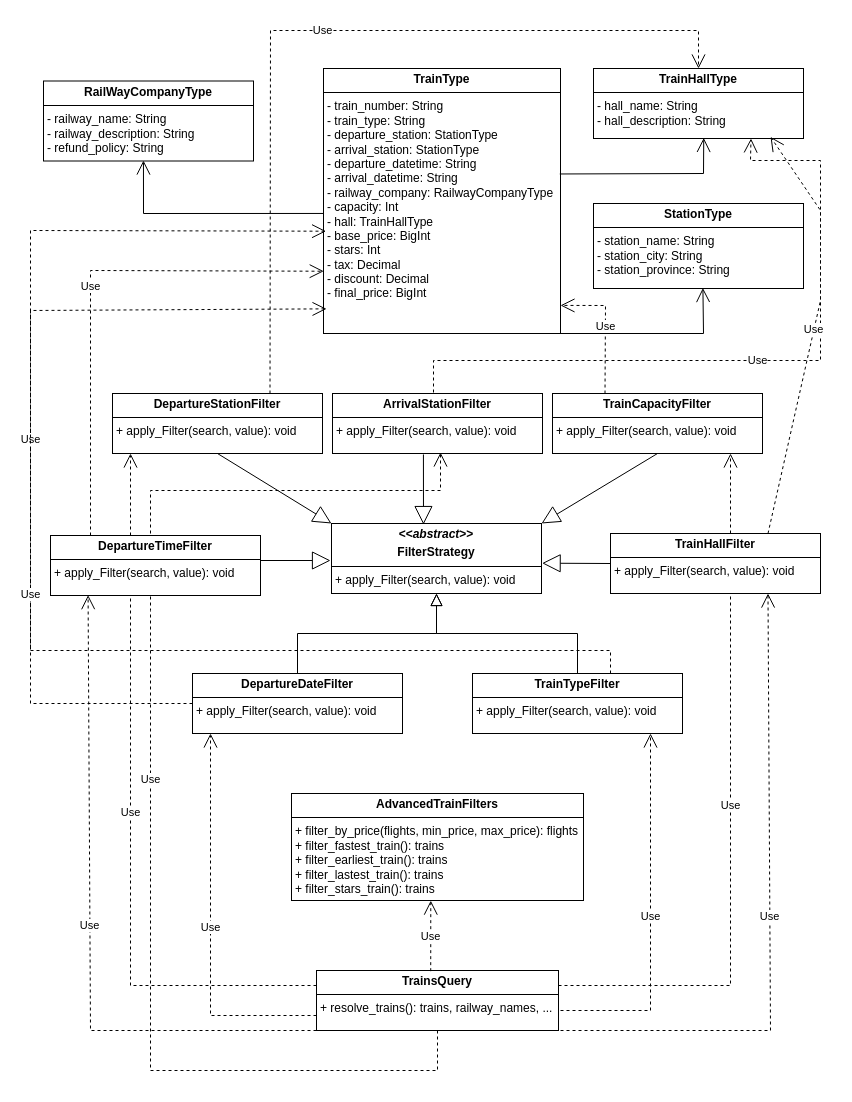
This is Class-Diagram/TrainsFilter-Class-Diagram.drawio from Travel-Booking-Framework/TrainsFilter, a draw.io file, before an edit. Source tidied: cells renumbered, new cells numbered last; positions are measured from the earlier drawing's top-left corner, leaving out a move shared by most shapes. Both pictures are drawn from the tidied source at 100%, with x=0, y=0 at pixel (30, 30).
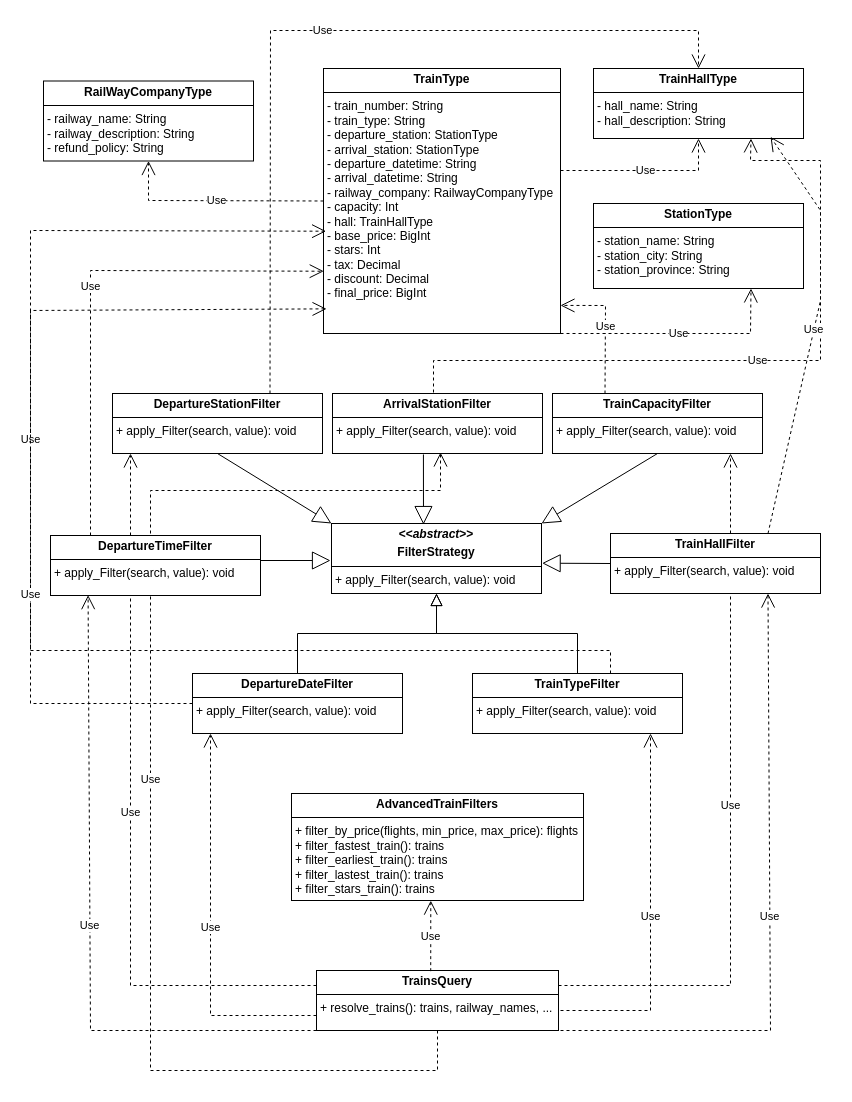
Above is the later version.

Commit message (it also covers changes not shown here):
Modify Class Diagram

Unchanged cells that the change refers to:
```xml
<mxCell id="2" value="&lt;p style=&quot;margin:0px;margin-top:4px;text-align:center;&quot;&gt;&lt;b&gt;RailWayCompanyType&lt;/b&gt;&lt;/p&gt;&lt;hr size=&quot;1&quot; style=&quot;border-style:solid;&quot;&gt;&lt;p style=&quot;margin: 0px 0px 0px 4px;&quot;&gt;- railway_name: String&lt;/p&gt;&lt;p style=&quot;margin: 0px 0px 0px 4px;&quot;&gt;- railway_description: String&lt;br&gt;&lt;/p&gt;&lt;p style=&quot;margin: 0px 0px 0px 4px;&quot;&gt;- refund_policy:&amp;nbsp;&lt;span style=&quot;background-color: initial;&quot;&gt;String&lt;/span&gt;&lt;/p&gt;" style="verticalAlign=top;align=left;overflow=fill;html=1;whiteSpace=wrap;" parent="1" vertex="1">
  <mxGeometry x="13" y="50.5" width="210" height="80" as="geometry" />
</mxCell>
<mxCell id="3" value="&lt;p style=&quot;margin:0px;margin-top:4px;text-align:center;&quot;&gt;&lt;b&gt;TrainHallType&lt;/b&gt;&lt;/p&gt;&lt;hr size=&quot;1&quot; style=&quot;border-style:solid;&quot;&gt;&lt;p style=&quot;margin: 0px 0px 0px 4px;&quot;&gt;- hall_name: String&lt;/p&gt;&lt;p style=&quot;margin: 0px 0px 0px 4px;&quot;&gt;- hall_description:&amp;nbsp;&lt;span style=&quot;background-color: initial;&quot;&gt;String&lt;/span&gt;&lt;/p&gt;" style="verticalAlign=top;align=left;overflow=fill;html=1;whiteSpace=wrap;" parent="1" vertex="1">
  <mxGeometry x="563" y="38" width="210" height="70" as="geometry" />
</mxCell>
<mxCell id="4" value="&lt;p style=&quot;margin:0px;margin-top:4px;text-align:center;&quot;&gt;&lt;b&gt;StationType&lt;/b&gt;&lt;/p&gt;&lt;hr size=&quot;1&quot; style=&quot;border-style:solid;&quot;&gt;&lt;p style=&quot;margin: 0px 0px 0px 4px;&quot;&gt;- station_&lt;span style=&quot;background-color: initial;&quot;&gt;name: String&lt;/span&gt;&lt;/p&gt;&lt;p style=&quot;margin: 0px 0px 0px 4px;&quot;&gt;&lt;span style=&quot;background-color: initial;&quot;&gt;-&amp;nbsp;&lt;/span&gt;station_&lt;span style=&quot;background-color: initial;&quot;&gt;city:&amp;nbsp;&lt;/span&gt;&lt;span style=&quot;background-color: initial;&quot;&gt;String&lt;/span&gt;&lt;/p&gt;&lt;p style=&quot;margin: 0px 0px 0px 4px;&quot;&gt;&lt;span style=&quot;background-color: initial;&quot;&gt;-&amp;nbsp;&lt;/span&gt;station_&lt;span style=&quot;background-color: initial;&quot;&gt;province: String&lt;/span&gt;&lt;/p&gt;" style="verticalAlign=top;align=left;overflow=fill;html=1;whiteSpace=wrap;" parent="1" vertex="1">
  <mxGeometry x="563" y="173" width="210" height="85" as="geometry" />
</mxCell>
<mxCell id="5" value="&lt;p style=&quot;margin:0px;margin-top:4px;text-align:center;&quot;&gt;&lt;b&gt;TrainType&lt;/b&gt;&lt;/p&gt;&lt;hr size=&quot;1&quot; style=&quot;border-style:solid;&quot;&gt;&lt;p style=&quot;margin: 0px 0px 0px 4px;&quot;&gt;- train_number:&amp;nbsp;&lt;span style=&quot;background-color: initial;&quot;&gt;String&lt;/span&gt;&lt;/p&gt;&lt;p style=&quot;margin: 0px 0px 0px 4px;&quot;&gt;- train_type:&amp;nbsp;&lt;span style=&quot;background-color: initial;&quot;&gt;String&lt;/span&gt;&lt;/p&gt;&lt;p style=&quot;margin: 0px 0px 0px 4px;&quot;&gt;- departure_station: StationType&lt;/p&gt;&lt;p style=&quot;margin: 0px 0px 0px 4px;&quot;&gt;- arrival_station: StationType&lt;/p&gt;&lt;p style=&quot;margin: 0px 0px 0px 4px;&quot;&gt;- departure_datetime:&amp;nbsp;&lt;span style=&quot;background-color: initial;&quot;&gt;String&lt;/span&gt;&lt;/p&gt;&lt;p style=&quot;margin: 0px 0px 0px 4px;&quot;&gt;- arrival_datetime:&amp;nbsp;&lt;span style=&quot;background-color: initial;&quot;&gt;String&lt;/span&gt;&lt;/p&gt;&lt;p style=&quot;margin: 0px 0px 0px 4px;&quot;&gt;- railway_company: RailwayCompanyType&lt;/p&gt;&lt;p style=&quot;margin: 0px 0px 0px 4px;&quot;&gt;- capacity: Int&lt;/p&gt;&lt;p style=&quot;margin: 0px 0px 0px 4px;&quot;&gt;- hall: TrainHallType&lt;/p&gt;&lt;p style=&quot;margin: 0px 0px 0px 4px;&quot;&gt;- base_price: BigInt&lt;/p&gt;&lt;p style=&quot;margin: 0px 0px 0px 4px;&quot;&gt;&lt;span style=&quot;background-color: initial;&quot;&gt;- stars: Int&lt;/span&gt;&lt;/p&gt;&lt;p style=&quot;margin: 0px 0px 0px 4px;&quot;&gt;- tax: Decimal&lt;/p&gt;&lt;p style=&quot;margin: 0px 0px 0px 4px;&quot;&gt;- discount: Decimal&lt;/p&gt;&lt;p style=&quot;margin: 0px 0px 0px 4px;&quot;&gt;- final_price:&amp;nbsp;&lt;span style=&quot;background-color: initial;&quot;&gt;BigInt&lt;/span&gt;&lt;/p&gt;" style="verticalAlign=top;align=left;overflow=fill;html=1;whiteSpace=wrap;" parent="1" vertex="1">
  <mxGeometry x="293" y="38" width="237" height="265" as="geometry" />
</mxCell>
```

The edit, as a diff of the source:
```diff
@@
-    <mxCell id="8" style="endArrow=open;endFill=1;endSize=12;html=1;rounded=0;exitX=1;exitY=1;exitDx=0;exitDy=0;entryX=0.521;entryY=0.994;entryDx=0;entryDy=0;entryPerimeter=0;" parent="1" edge="1" source="5" target="4">
-      <mxGeometry relative="1" as="geometry">
-        <Array as="points">
-          <mxPoint x="673" y="303" />
-        </Array>
-      </mxGeometry>
-    </mxCell>
-    <mxCell id="9" style="endArrow=open;endFill=1;endSize=12;html=1;rounded=0;entryX=0.525;entryY=0.992;entryDx=0;entryDy=0;entryPerimeter=0;exitX=0.997;exitY=0.398;exitDx=0;exitDy=0;exitPerimeter=0;" parent="1" edge="1" source="5" target="3">
-      <mxGeometry relative="1" as="geometry">
-        <Array as="points">
-          <mxPoint x="673" y="143" />
-        </Array>
-      </mxGeometry>
-    </mxCell>
-    <mxCell id="10" style="endArrow=open;endFill=1;endSize=12;html=1;rounded=0;exitX=0;exitY=0.547;exitDx=0;exitDy=0;exitPerimeter=0;entryX=0.476;entryY=0.994;entryDx=0;entryDy=0;entryPerimeter=0;" parent="1" edge="1" source="5" target="2">
-      <mxGeometry relative="1" as="geometry">
-        <Array as="points">
-          <mxPoint x="113" y="183" />
-        </Array>
-      </mxGeometry>
-    </mxCell>
@@
+    <mxCell id="10" value="Use" style="endArrow=open;endSize=12;dashed=1;html=1;rounded=0;exitX=0;exitY=0.5;exitDx=0;exitDy=0;entryX=0.5;entryY=1;entryDx=0;entryDy=0;" parent="1" edge="1" source="5" target="2">
+      <mxGeometry relative="1" as="geometry">
+        <Array as="points">
+          <mxPoint x="118" y="170" />
+        </Array>
+      </mxGeometry>
+    </mxCell>
+    <mxCell id="41" value="Use" style="endArrow=open;endSize=12;dashed=1;html=1;rounded=0;entryX=0.5;entryY=1;entryDx=0;entryDy=0;" parent="1" edge="1" target="3">
+      <mxGeometry relative="1" as="geometry">
+        <mxPoint x="530" y="140" as="sourcePoint" />
+        <Array as="points">
+          <mxPoint x="668" y="140" />
+        </Array>
+      </mxGeometry>
+    </mxCell>
+    <mxCell id="42" value="Use" style="endArrow=open;endSize=12;dashed=1;html=1;rounded=0;entryX=0.75;entryY=1;entryDx=0;entryDy=0;" parent="1" edge="1" target="4">
+      <mxGeometry relative="1" as="geometry">
+        <mxPoint x="530" y="303" as="sourcePoint" />
+        <Array as="points">
+          <mxPoint x="720" y="303" />
+        </Array>
+      </mxGeometry>
+    </mxCell>
```
